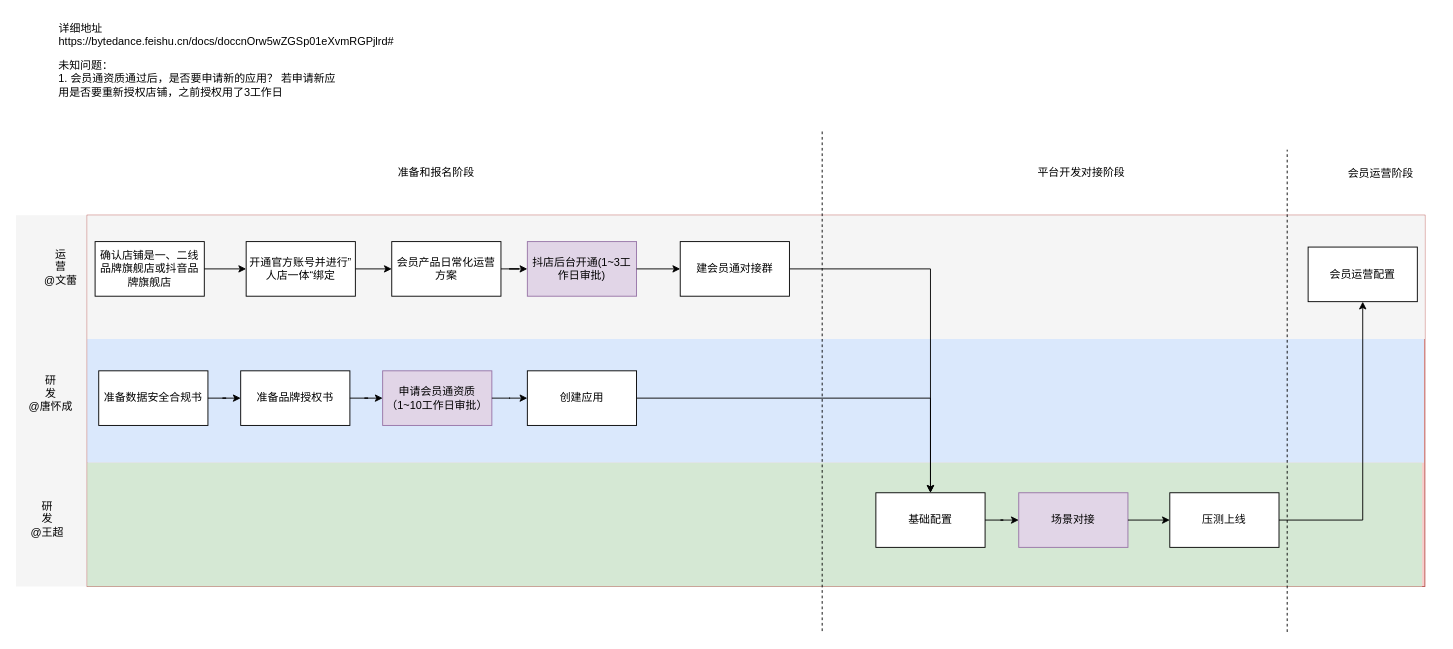
joeytang/imgs keeps this draw.io diagram as page "抖店会员通流程" (4 of 4) of 思考图.drawio. Above is the earlier version. Source tidied: cells renumbered, new cells numbered last; positions are measured from the earlier drawing's top-left corner, leaving out a move shared by most shapes. Both pictures are drawn from the tidied source at 91%, with x=0, y=0 at pixel (15, 15).
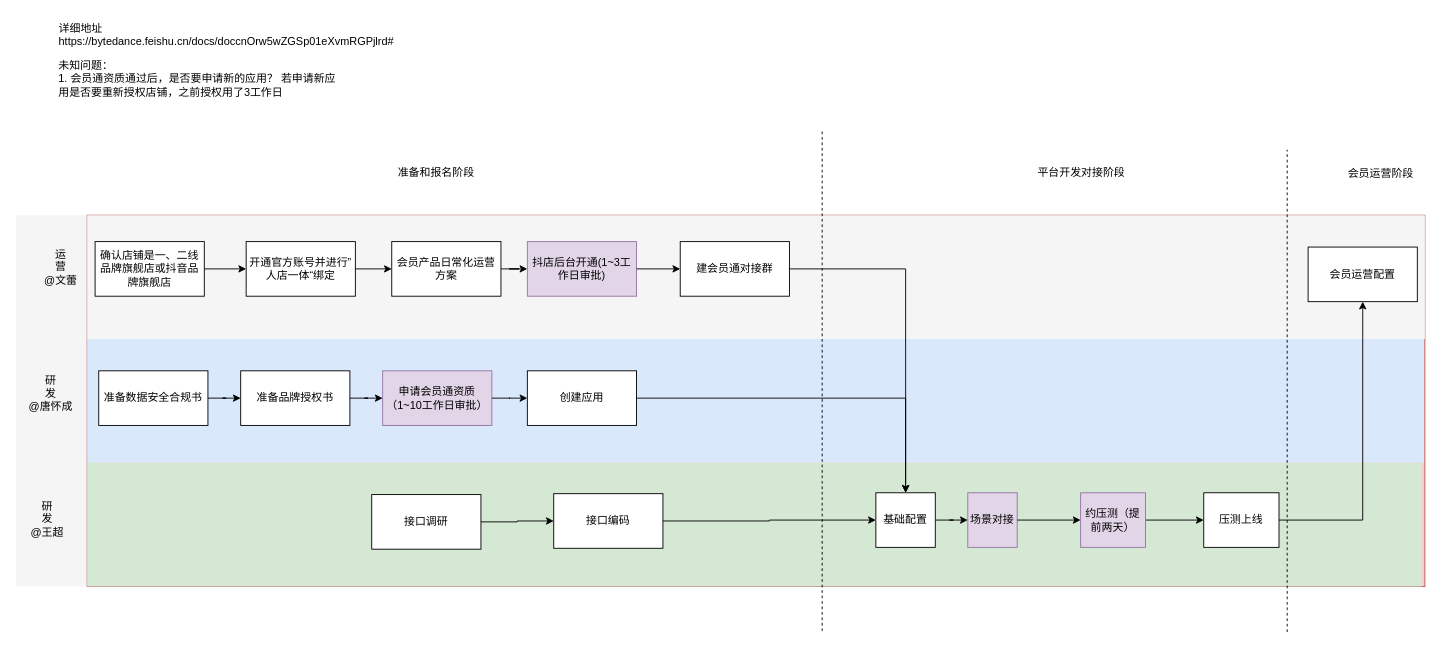
The same page after the edit.

Commit message:
更新思考图.drawio

The change refers to these unchanged cells:
```xml
<mxCell id="3" style="group;fillColor=#f8cecc;strokeColor=#b85450;" parent="2" vertex="1">
  <mxGeometry x="78.3" width="1470" height="408" as="geometry" />
</mxCell>
```

The edit, as a diff of the source:
```diff
@@
     <mxCell id="27" value="基础配置" style="whiteSpace=wrap;html=1;rounded=0;" parent="3" vertex="1">
-      <mxGeometry x="866.7" y="305" width="120" height="60" as="geometry" />
+      <mxGeometry x="866.7" y="305" width="65.3" height="60" as="geometry" />
     </mxCell>
@@
     <mxCell id="29" value="场景对接" style="whiteSpace=wrap;html=1;rounded=0;fillColor=#e1d5e7;strokeColor=#9673a6;" parent="3" vertex="1">
-      <mxGeometry x="1023.7" y="305" width="120" height="60" as="geometry" />
+      <mxGeometry x="967.7" y="305" width="54.3" height="60" as="geometry" />
     </mxCell>
@@
     <mxCell id="31" value="压测上线" style="whiteSpace=wrap;html=1;rounded=0;" parent="3" vertex="1">
-      <mxGeometry x="1189.7" y="305" width="120" height="60" as="geometry" />
+      <mxGeometry x="1227" y="305" width="82.7" height="60" as="geometry" />
     </mxCell>
-    <mxCell id="32" style="edgeStyle=orthogonalEdgeStyle;rounded=0;jettySize=auto;html=1;" parent="3" edge="1" source="29" target="31">
+    <mxCell id="32" style="edgeStyle=orthogonalEdgeStyle;rounded=0;jettySize=auto;html=1;" parent="3" edge="1" source="29" target="44">
       <mxGeometry relative="1" as="geometry" />
     </mxCell>
@@
+    <mxCell id="42" value="接口调研" style="whiteSpace=wrap;html=1;rounded=0;" parent="3" vertex="1">
+      <mxGeometry x="312.7" y="307" width="120" height="60" as="geometry" />
+    </mxCell>
+    <mxCell id="43" style="edgeStyle=orthogonalEdgeStyle;rounded=0;jettySize=auto;html=1;" parent="3" edge="1" source="44" target="31">
+      <mxGeometry relative="1" as="geometry" />
+    </mxCell>
+    <mxCell id="44" value="约压测（提前两天）" style="whiteSpace=wrap;html=1;rounded=0;fillColor=#e1d5e7;strokeColor=#9673a6;" parent="3" vertex="1">
+      <mxGeometry x="1091.7" y="305" width="71.3" height="60" as="geometry" />
+    </mxCell>
@@
+    <mxCell id="45" style="edgeStyle=orthogonalEdgeStyle;rounded=0;jettySize=auto;html=1;" parent="1" edge="1" source="46" target="27">
+      <mxGeometry relative="1" as="geometry" />
+    </mxCell>
+    <mxCell id="46" value="接口编码" style="whiteSpace=wrap;html=1;rounded=0;" parent="1" vertex="1">
+      <mxGeometry x="591" y="525" width="120" height="60" as="geometry" />
+    </mxCell>
+    <mxCell id="47" style="edgeStyle=orthogonalEdgeStyle;rounded=0;jettySize=auto;html=1;" parent="1" edge="1" source="42" target="46">
+      <mxGeometry relative="1" as="geometry" />
+    </mxCell>
```
